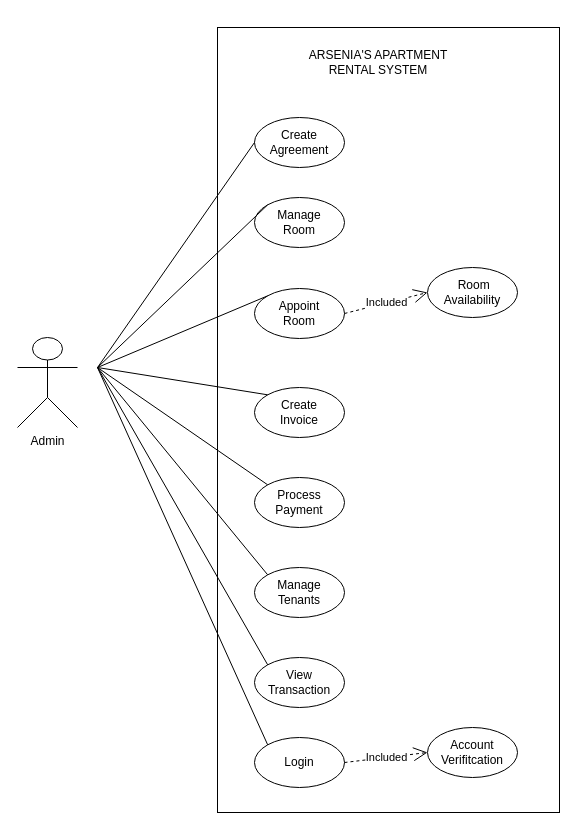
Before: USE CASE.drawio in Beskiit/DIAGRAMS, a draw.io diagram. Source tidied: cells renumbered, new cells numbered last; positions are measured from the earlier drawing's top-left corner, leaving out a move shared by most shapes. Both pictures are drawn from the tidied source at 100%, with x=0, y=0 at pixel (17, 27).
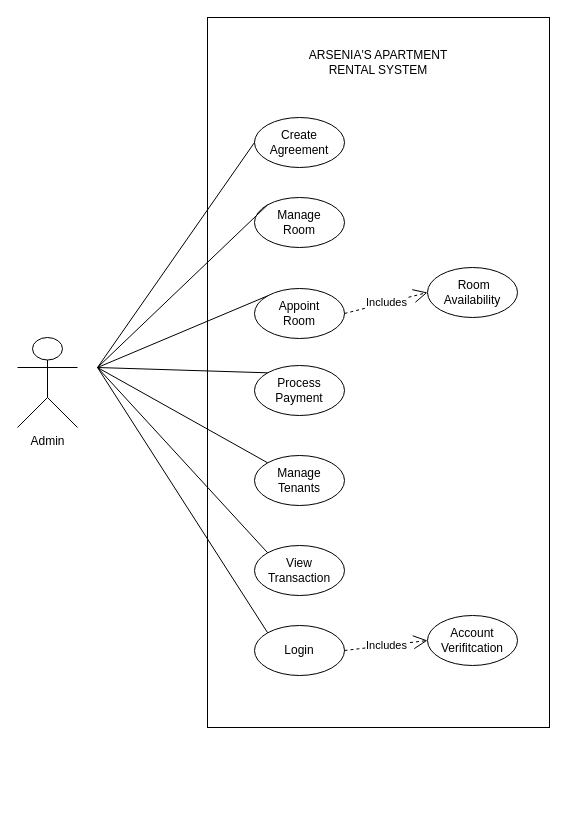
After the change.

The change refers to these unchanged cells:
```xml
<mxCell id="6" style="ellipse;whiteSpace=wrap;html=1;" parent="1" vertex="1">
  <mxGeometry x="237" y="261" width="90" height="50" as="geometry" />
</mxCell>
<mxCell id="14" style="ellipse;whiteSpace=wrap;html=1;" parent="1" vertex="1">
  <mxGeometry x="410" y="240" width="90" height="50" as="geometry" />
</mxCell>
```

Change to the diagram source:
```diff
@@
     <mxCell id="2" style="rounded=0;whiteSpace=wrap;html=1;" parent="1" vertex="1">
-      <mxGeometry x="200" width="342" height="785" as="geometry" />
+      <mxGeometry x="190" y="-10" width="342" height="710" as="geometry" />
     </mxCell>
@@
     <mxCell id="4" style="ellipse;whiteSpace=wrap;html=1;" parent="1" vertex="1">
-      <mxGeometry x="237" y="630" width="90" height="50" as="geometry" />
+      <mxGeometry x="237" y="518" width="90" height="50" as="geometry" />
     </mxCell>
     <mxCell id="5" value="View Transaction" style="text;html=1;align=center;verticalAlign=middle;whiteSpace=wrap;rounded=0;" parent="1" vertex="1">
-      <mxGeometry x="252" y="640" width="60" height="30" as="geometry" />
+      <mxGeometry x="252" y="528" width="60" height="30" as="geometry" />
     </mxCell>
@@
-    <mxCell id="8" style="ellipse;whiteSpace=wrap;html=1;" parent="1" vertex="1">
-      <mxGeometry x="237" y="360" width="90" height="50" as="geometry" />
-    </mxCell>
-    <mxCell id="9" value="Create Invoice" style="text;html=1;align=center;verticalAlign=middle;whiteSpace=wrap;rounded=0;" parent="1" vertex="1">
-      <mxGeometry x="252" y="370" width="60" height="30" as="geometry" />
-    </mxCell>
     <mxCell id="10" style="ellipse;whiteSpace=wrap;html=1;" parent="1" vertex="1">
-      <mxGeometry x="237" y="540" width="90" height="50" as="geometry" />
+      <mxGeometry x="237" y="428" width="90" height="50" as="geometry" />
     </mxCell>
     <mxCell id="11" value="Manage Tenants" style="text;html=1;align=center;verticalAlign=middle;whiteSpace=wrap;rounded=0;" parent="1" vertex="1">
-      <mxGeometry x="252" y="550" width="60" height="30" as="geometry" />
+      <mxGeometry x="252" y="438" width="60" height="30" as="geometry" />
     </mxCell>
     <mxCell id="12" style="ellipse;whiteSpace=wrap;html=1;" parent="1" vertex="1">
-      <mxGeometry x="237" y="710" width="90" height="50" as="geometry" />
+      <mxGeometry x="237" y="598" width="90" height="50" as="geometry" />
     </mxCell>
     <mxCell id="13" value="Login" style="text;html=1;align=center;verticalAlign=middle;whiteSpace=wrap;rounded=0;" parent="1" vertex="1">
-      <mxGeometry x="252" y="720" width="60" height="30" as="geometry" />
+      <mxGeometry x="252" y="608" width="60" height="30" as="geometry" />
     </mxCell>
@@
     <mxCell id="16" style="ellipse;whiteSpace=wrap;html=1;" parent="1" vertex="1">
-      <mxGeometry x="410" y="700" width="90" height="50" as="geometry" />
+      <mxGeometry x="410" y="588" width="90" height="50" as="geometry" />
     </mxCell>
     <mxCell id="17" value="Account Verifitcation" style="text;html=1;align=center;verticalAlign=middle;whiteSpace=wrap;rounded=0;" parent="1" vertex="1">
-      <mxGeometry x="425" y="710" width="60" height="30" as="geometry" />
+      <mxGeometry x="425" y="598" width="60" height="30" as="geometry" />
     </mxCell>
-    <mxCell id="18" value="Included" style="endArrow=open;endSize=12;dashed=1;html=1;rounded=0;entryX=0;entryY=0.5;entryDx=0;entryDy=0;exitX=1;exitY=0.5;exitDx=0;exitDy=0;" parent="1" edge="1" source="6" target="14">
+    <mxCell id="18" value="Includes" style="endArrow=open;endSize=12;dashed=1;html=1;rounded=0;entryX=0;entryY=0.5;entryDx=0;entryDy=0;exitX=1;exitY=0.5;exitDx=0;exitDy=0;" parent="1" edge="1" source="6" target="14">
       <mxGeometry relative="1" as="geometry" />
     </mxCell>
-    <mxCell id="19" value="Included" style="endArrow=open;endSize=12;dashed=1;html=1;rounded=0;entryX=0;entryY=0.5;entryDx=0;entryDy=0;exitX=1;exitY=0.5;exitDx=0;exitDy=0;" parent="1" edge="1" source="12" target="16">
+    <mxCell id="19" value="Includes" style="endArrow=open;endSize=12;dashed=1;html=1;rounded=0;entryX=0;entryY=0.5;entryDx=0;entryDy=0;exitX=1;exitY=0.5;exitDx=0;exitDy=0;" parent="1" edge="1" source="12" target="16">
       <mxGeometry relative="1" as="geometry" />
     </mxCell>
@@
     <mxCell id="21" style="ellipse;whiteSpace=wrap;html=1;" parent="1" vertex="1">
-      <mxGeometry x="237" y="450" width="90" height="50" as="geometry" />
+      <mxGeometry x="237" y="338" width="90" height="50" as="geometry" />
     </mxCell>
     <mxCell id="22" value="Process Payment" style="text;html=1;align=center;verticalAlign=middle;whiteSpace=wrap;rounded=0;" parent="1" vertex="1">
-      <mxGeometry x="252" y="460" width="60" height="30" as="geometry" />
+      <mxGeometry x="252" y="348" width="60" height="30" as="geometry" />
     </mxCell>
@@
-    <mxCell id="30" style="endArrow=none;html=1;rounded=0;entryX=0;entryY=0;entryDx=0;entryDy=0;" parent="1" edge="1" target="8">
-      <mxGeometry relative="1" as="geometry">
-        <mxPoint x="80" y="340" as="sourcePoint" />
-      </mxGeometry>
-    </mxCell>
```
